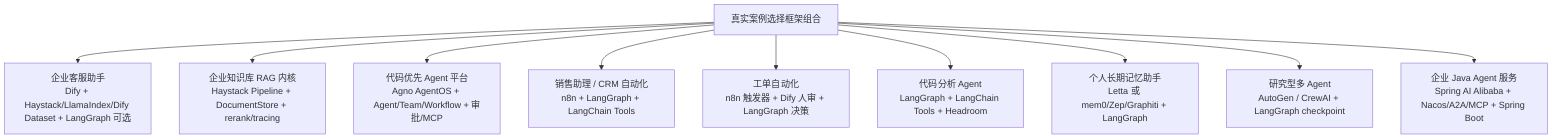
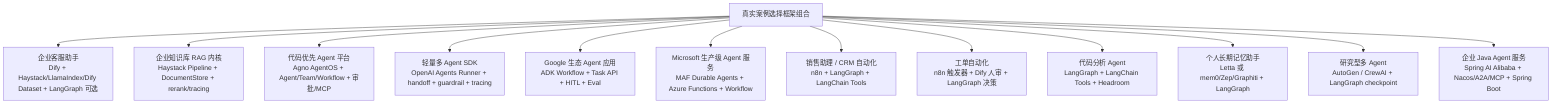
flowchart TB
    Cases["真实案例选择框架组合"]
    Cases --> CS["企业客服助手<br/>Dify + Haystack/LlamaIndex/Dify Dataset + LangGraph 可选"]
    Cases --> KBRAG["企业知识库 RAG 内核<br/>Haystack Pipeline + DocumentStore + rerank/tracing"]
    Cases --> AgnoCase["代码优先 Agent 平台<br/>Agno AgentOS + Agent/Team/Workflow + 审批/MCP"]
+     Cases --> OpenAICase["轻量多 Agent SDK<br/>OpenAI Agents Runner + handoff + guardrail + tracing"]
+     Cases --> ADKCase["Google 生态 Agent 应用<br/>ADK Workflow + Task API + HITL + Eval"]
+     Cases --> MAFCase["Microsoft 生产级 Agent 服务<br/>MAF Durable Agents + Azure Functions + Workflow"]
    Cases --> Sales["销售助理 / CRM 自动化<br/>n8n + LangGraph + LangChain Tools"]
    Cases --> Ticket["工单自动化<br/>n8n 触发器 + Dify 人审 + LangGraph 决策"]
    Cases --> Code["代码分析 Agent<br/>LangGraph + LangChain Tools + Headroom"]
    Cases --> Memory["个人长期记忆助手<br/>Letta 或 mem0/Zep/Graphiti + LangGraph"]
    Cases --> Research["研究型多 Agent<br/>AutoGen / CrewAI + LangGraph checkpoint"]
    Cases --> JavaAgent["企业 Java Agent 服务<br/>Spring AI Alibaba + Nacos/A2A/MCP + Spring Boot"]
